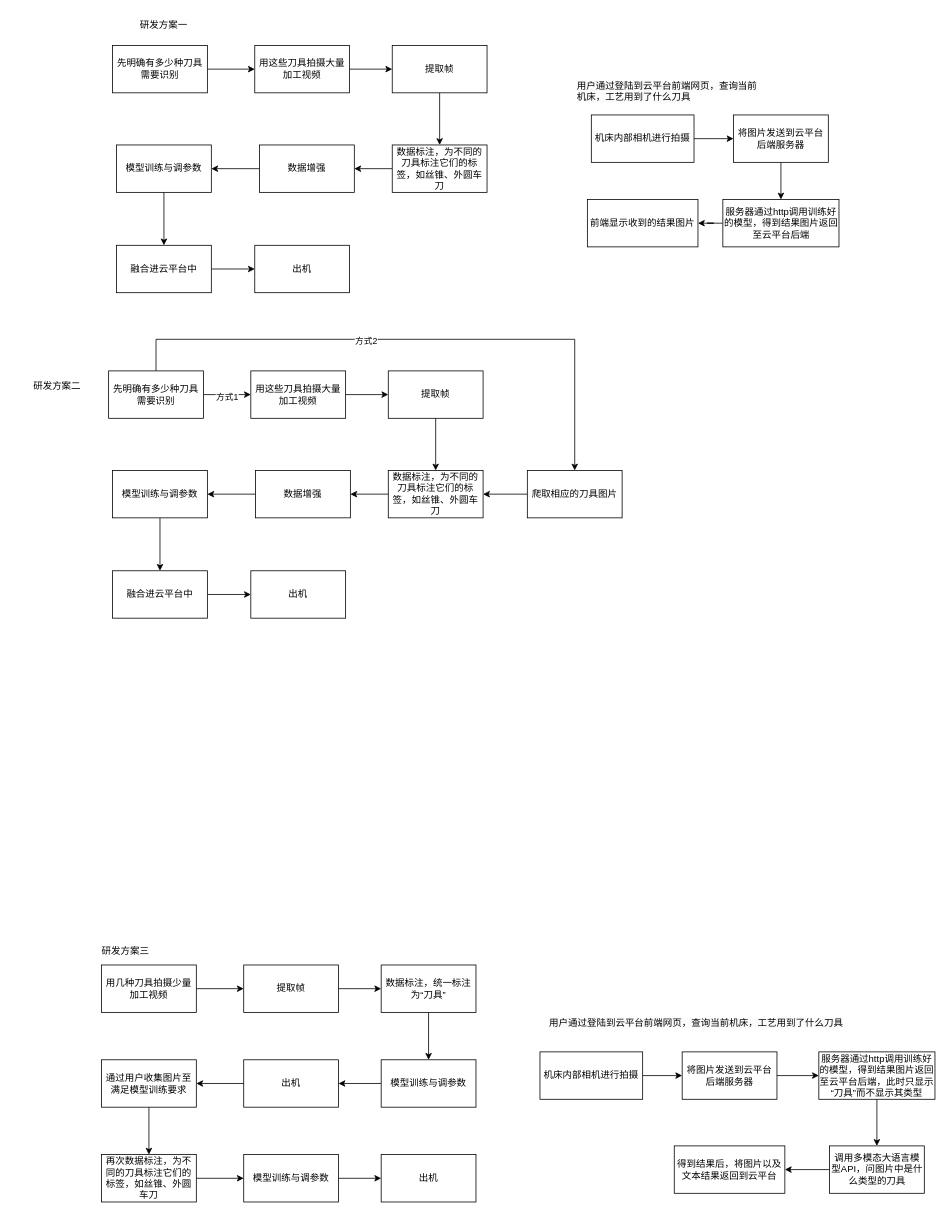
Before: 未命名绘图.drawio in llxgdtop/weblab-project, a draw.io diagram. Source tidied: cells renumbered, new cells numbered last; positions are measured from the earlier drawing's top-left corner, leaving out a move shared by most shapes. Both pictures are drawn from the tidied source at 79%, with x=0, y=0 at pixel (13, 13).
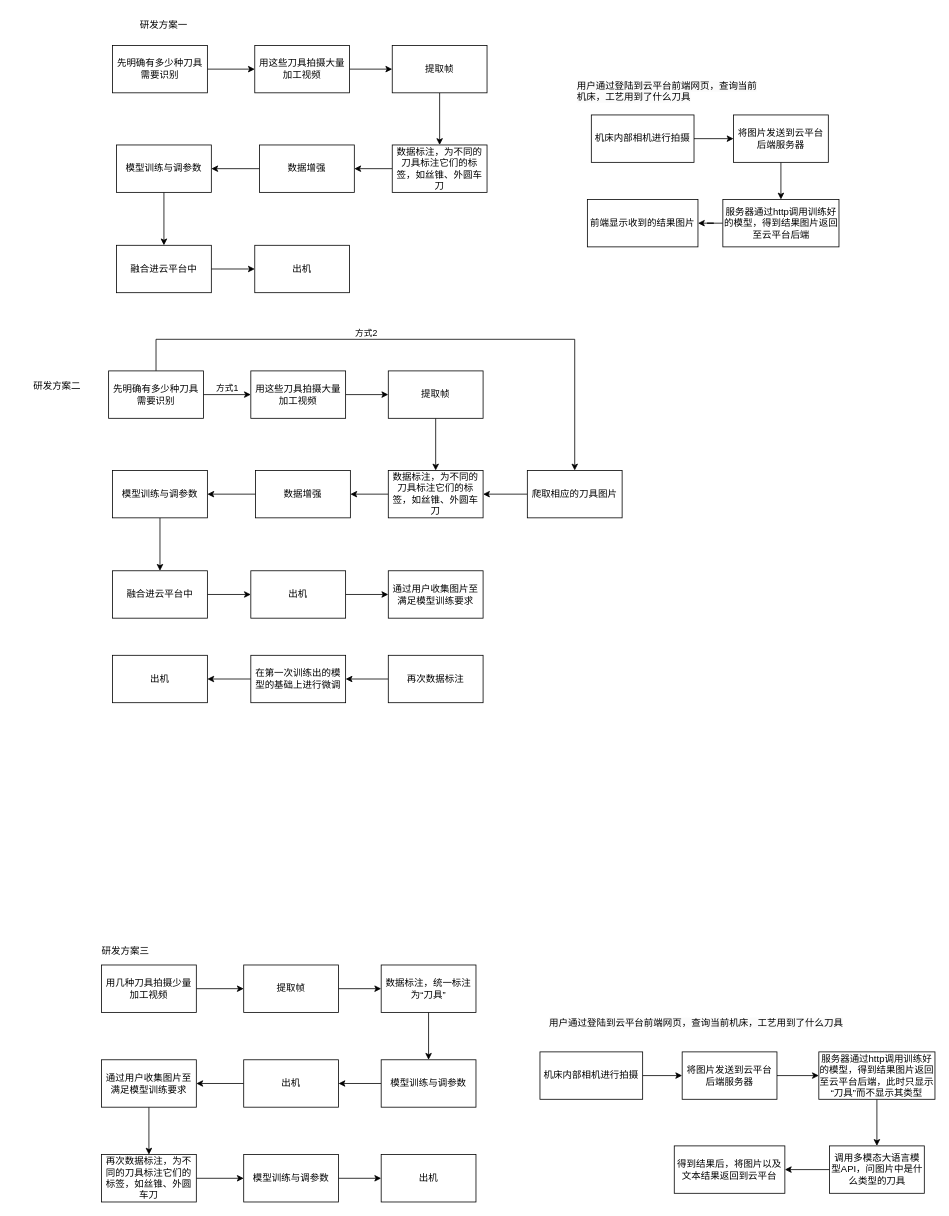
The same page after the edit.

Commit message:
更新未命名绘图.drawio

Unchanged cells that the change refers to:
```xml
<mxCell id="63" value="出机" style="rounded=0;whiteSpace=wrap;html=1;" parent="1" vertex="1">
  <mxGeometry x="300" y="705" width="120" height="60" as="geometry" />
</mxCell>
<mxCell id="64" style="edgeStyle=orthogonalEdgeStyle;rounded=0;jettySize=auto;html=1;" parent="1" edge="1" source="68" target="56">
  <mxGeometry relative="1" as="geometry" />
</mxCell>
<mxCell id="66" style="edgeStyle=orthogonalEdgeStyle;rounded=0;jettySize=auto;html=1;entryX=0.5;entryY=0;entryDx=0;entryDy=0;" parent="1" edge="1" source="68" target="75">
  <mxGeometry relative="1" as="geometry">
    <Array as="points">
      <mxPoint x="180" y="412" />
      <mxPoint x="710" y="412" />
    </Array>
  </mxGeometry>
</mxCell>
```

Diff of the diagram source:
```diff
@@
+    <mxCell id="76" style="edgeStyle=orthogonalEdgeStyle;rounded=0;jettySize=auto;html=1;" parent="1" edge="1" source="63" target="77">
+      <mxGeometry relative="1" as="geometry" />
+    </mxCell>
@@
     <mxCell id="65" value="方式1" style="edgeLabel;html=1;align=center;verticalAlign=middle;" parent="64" vertex="1">
-      <mxGeometry x="-0.03" y="-2" relative="1" as="geometry" />
+      <mxGeometry x="-0.03" y="-2" relative="1" as="geometry">
+        <mxPoint y="-11" as="offset" />
+      </mxGeometry>
     </mxCell>
@@
     <mxCell id="67" value="方式2" style="edgeLabel;html=1;align=center;verticalAlign=middle;" parent="66" vertex="1">
-      <mxGeometry x="-0.17" y="-2" relative="1" as="geometry" />
+      <mxGeometry x="-0.17" y="-2" relative="1" as="geometry">
+        <mxPoint y="-11" as="offset" />
+      </mxGeometry>
     </mxCell>
@@
+    <mxCell id="77" value="通过用户收集图片至满足模型训练要求" style="rounded=0;whiteSpace=wrap;html=1;" parent="1" vertex="1">
+      <mxGeometry x="474" y="705" width="120" height="60" as="geometry" />
+    </mxCell>
+    <mxCell id="78" style="edgeStyle=orthogonalEdgeStyle;rounded=0;jettySize=auto;html=1;" parent="1" edge="1" source="79" target="81">
+      <mxGeometry relative="1" as="geometry" />
+    </mxCell>
+    <mxCell id="79" value="再次数据标注" style="rounded=0;whiteSpace=wrap;html=1;" parent="1" vertex="1">
+      <mxGeometry x="474" y="812" width="120" height="60" as="geometry" />
+    </mxCell>
+    <mxCell id="80" style="edgeStyle=orthogonalEdgeStyle;rounded=0;jettySize=auto;html=1;" parent="1" edge="1" source="81" target="82">
+      <mxGeometry relative="1" as="geometry" />
+    </mxCell>
+    <mxCell id="81" value="在第一次训练出的模型的基础上进行微调" style="rounded=0;whiteSpace=wrap;html=1;" parent="1" vertex="1">
+      <mxGeometry x="300" y="812" width="120" height="60" as="geometry" />
+    </mxCell>
+    <mxCell id="82" value="出机" style="rounded=0;whiteSpace=wrap;html=1;" parent="1" vertex="1">
+      <mxGeometry x="125" y="812" width="120" height="60" as="geometry" />
+    </mxCell>
```
